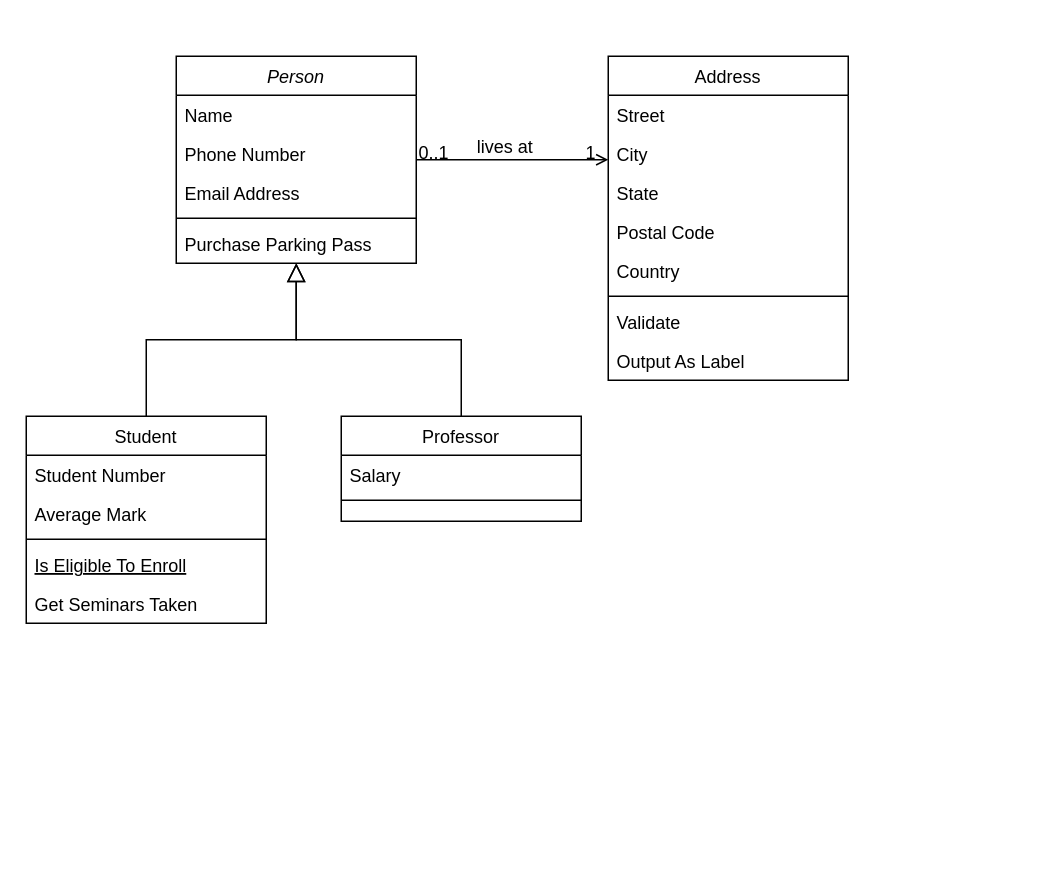
Above: Untitled Diagram.drawio in mr-nahash/cheminformatic-apps (draw.io), before the change. Source tidied: cells renumbered, new cells numbered last; positions are measured from the earlier drawing's top-left corner, leaving out a move shared by most shapes. Both pictures are drawn from the tidied source at 150%, with x=0, y=0 at pixel (26, 56).
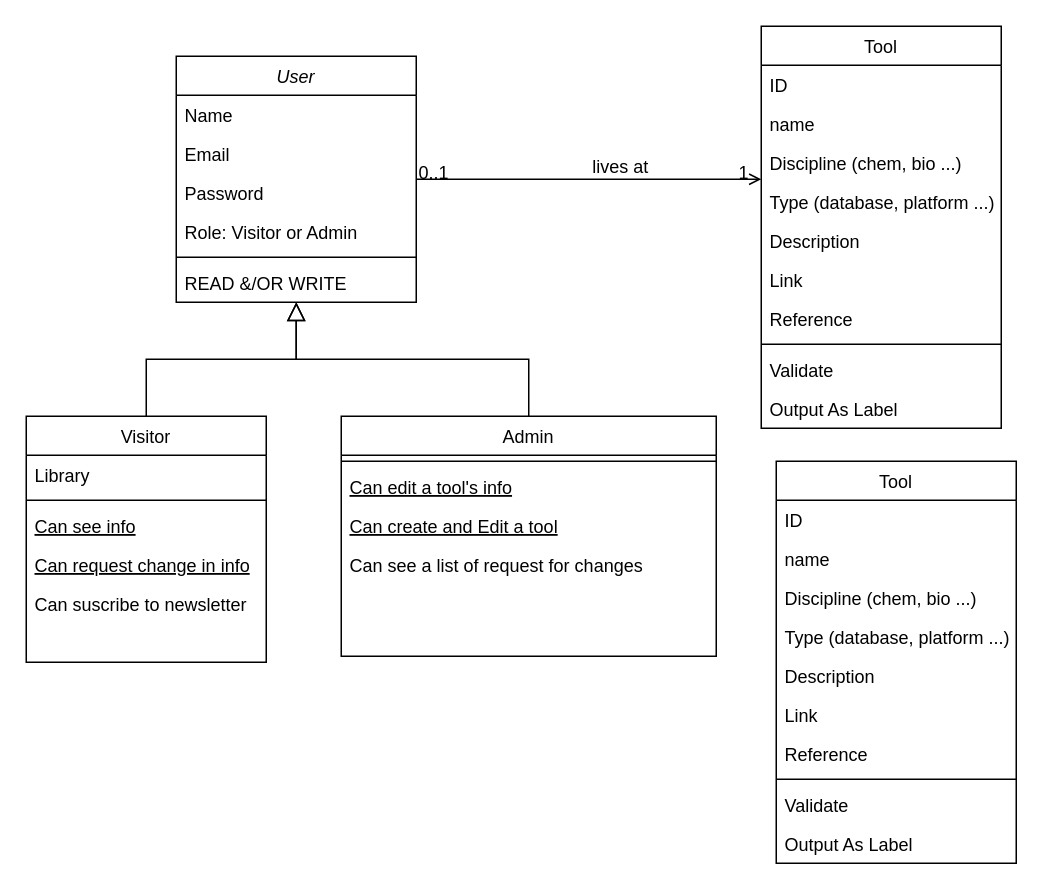
The same diagram, later.

Commit message (it also covers changes not shown here):
chem-connect class diagram.drawio

The edit, as a diff of the source:
```diff
@@
-    <mxCell id="2" value="Person" style="swimlane;fontStyle=2;align=center;verticalAlign=top;horizontal=1;startSize=26;rounded=0;shadow=0;strokeWidth=1;" parent="1" vertex="1">
-      <mxGeometry x="100" width="160" height="138" as="geometry" />
+    <mxCell id="2" value="User" style="swimlane;fontStyle=2;align=center;verticalAlign=top;horizontal=1;startSize=26;rounded=0;shadow=0;strokeWidth=1;" parent="1" vertex="1">
+      <mxGeometry x="100" width="160" height="164" as="geometry" />
     </mxCell>
@@
-    <mxCell id="4" value="Phone Number" style="text;align=left;verticalAlign=top;spacingLeft=4;spacingRight=4;overflow=hidden;rounded=0;shadow=0;html=0;" parent="2" vertex="1">
+    <mxCell id="4" value="Email" style="text;align=left;verticalAlign=top;spacingLeft=4;spacingRight=4;overflow=hidden;rounded=0;shadow=0;html=0;" parent="2" vertex="1">
       <mxGeometry y="52" width="160" height="26" as="geometry" />
     </mxCell>
-    <mxCell id="5" value="Email Address" style="text;align=left;verticalAlign=top;spacingLeft=4;spacingRight=4;overflow=hidden;rounded=0;shadow=0;html=0;" parent="2" vertex="1">
+    <mxCell id="5" value="Password" style="text;align=left;verticalAlign=top;spacingLeft=4;spacingRight=4;overflow=hidden;rounded=0;shadow=0;html=0;" parent="2" vertex="1">
       <mxGeometry y="78" width="160" height="26" as="geometry" />
     </mxCell>
+    <mxCell id="32" value="Role: Visitor or Admin" style="text;align=left;verticalAlign=top;spacingLeft=4;spacingRight=4;overflow=hidden;rounded=0;shadow=0;html=0;" parent="2" vertex="1">
+      <mxGeometry y="104" width="160" height="26" as="geometry" />
+    </mxCell>
     <mxCell id="6" style="line;html=1;strokeWidth=1;align=left;verticalAlign=middle;spacingTop=-1;spacingLeft=3;spacingRight=3;labelPosition=right;" parent="2" vertex="1">
-      <mxGeometry y="104" width="160" height="8" as="geometry" />
+      <mxGeometry y="130" width="160" height="8" as="geometry" />
     </mxCell>
-    <mxCell id="7" value="Purchase Parking Pass" style="text;align=left;verticalAlign=top;spacingLeft=4;spacingRight=4;overflow=hidden;" parent="2" vertex="1">
-      <mxGeometry y="112" width="160" height="26" as="geometry" />
+    <mxCell id="7" value="READ &amp;/OR WRITE" style="text;align=left;verticalAlign=top;spacingLeft=4;spacingRight=4;overflow=hidden;" parent="2" vertex="1">
+      <mxGeometry y="138" width="160" height="26" as="geometry" />
     </mxCell>
-    <mxCell id="8" value="Student" style="swimlane;fontStyle=0;align=center;verticalAlign=top;horizontal=1;startSize=26;rounded=0;shadow=0;strokeWidth=1;" parent="1" vertex="1">
-      <mxGeometry y="240" width="160" height="138" as="geometry" />
+    <mxCell id="8" value="Visitor" style="swimlane;fontStyle=0;align=center;verticalAlign=top;horizontal=1;startSize=26;rounded=0;shadow=0;strokeWidth=1;" parent="1" vertex="1">
+      <mxGeometry y="240" width="160" height="164" as="geometry" />
     </mxCell>
-    <mxCell id="9" value="Student Number" style="text;align=left;verticalAlign=top;spacingLeft=4;spacingRight=4;overflow=hidden;" parent="8" vertex="1">
-      <mxGeometry y="26" width="160" height="26" as="geometry" />
-    </mxCell>
-    <mxCell id="10" value="Average Mark" style="text;align=left;verticalAlign=top;spacingLeft=4;spacingRight=4;overflow=hidden;rounded=0;shadow=0;html=0;" parent="8" vertex="1">
-      <mxGeometry y="52" width="160" height="26" as="geometry" />
+    <mxCell id="10" value="Library" style="text;align=left;verticalAlign=top;spacingLeft=4;spacingRight=4;overflow=hidden;rounded=0;shadow=0;html=0;" parent="8" vertex="1">
+      <mxGeometry y="26" width="160" height="26" as="geometry" />
     </mxCell>
     <mxCell id="11" style="line;html=1;strokeWidth=1;align=left;verticalAlign=middle;spacingTop=-1;spacingLeft=3;spacingRight=3;labelPosition=right;" parent="8" vertex="1">
-      <mxGeometry y="78" width="160" height="8" as="geometry" />
+      <mxGeometry y="52" width="160" height="8" as="geometry" />
     </mxCell>
-    <mxCell id="12" value="Is Eligible To Enroll" style="text;align=left;verticalAlign=top;spacingLeft=4;spacingRight=4;overflow=hidden;fontStyle=4;" parent="8" vertex="1">
-      <mxGeometry y="86" width="160" height="26" as="geometry" />
+    <mxCell id="12" value="Can see info" style="text;align=left;verticalAlign=top;spacingLeft=4;spacingRight=4;overflow=hidden;fontStyle=4;" parent="8" vertex="1">
+      <mxGeometry y="60" width="160" height="26" as="geometry" />
     </mxCell>
+    <mxCell id="33" value="Can request change in info" style="text;align=left;verticalAlign=top;spacingLeft=4;spacingRight=4;overflow=hidden;fontStyle=4;" parent="8" vertex="1">
+      <mxGeometry y="86" width="160" height="26" as="geometry" />
+    </mxCell>
-    <mxCell id="13" value="Get Seminars Taken" style="text;align=left;verticalAlign=top;spacingLeft=4;spacingRight=4;overflow=hidden;" parent="8" vertex="1">
+    <mxCell id="13" value="Can suscribe to newsletter" style="text;align=left;verticalAlign=top;spacingLeft=4;spacingRight=4;overflow=hidden;" parent="8" vertex="1">
       <mxGeometry y="112" width="160" height="26" as="geometry" />
     </mxCell>
@@
-    <mxCell id="15" value="Professor" style="swimlane;fontStyle=0;align=center;verticalAlign=top;horizontal=1;startSize=26;rounded=0;shadow=0;strokeWidth=1;" parent="1" vertex="1">
-      <mxGeometry x="210" y="240" width="160" height="70" as="geometry" />
+    <mxCell id="15" value="Admin" style="swimlane;fontStyle=0;align=center;verticalAlign=top;horizontal=1;startSize=26;rounded=0;shadow=0;strokeWidth=1;" parent="1" vertex="1">
+      <mxGeometry x="210" y="240" width="250" height="160" as="geometry" />
     </mxCell>
+    <mxCell id="17" style="line;html=1;strokeWidth=1;align=left;verticalAlign=middle;spacingTop=-1;spacingLeft=3;spacingRight=3;labelPosition=right;" parent="15" vertex="1">
+      <mxGeometry y="26" width="250" height="8" as="geometry" />
+    </mxCell>
+    <mxCell id="34" value="Can edit a tool's info" style="text;align=left;verticalAlign=top;spacingLeft=4;spacingRight=4;overflow=hidden;fontStyle=4;" parent="15" vertex="1">
+      <mxGeometry y="34" width="250" height="26" as="geometry" />
+    </mxCell>
+    <mxCell id="35" value="Can create and Edit a tool" style="text;align=left;verticalAlign=top;spacingLeft=4;spacingRight=4;overflow=hidden;fontStyle=4;" parent="15" vertex="1">
+      <mxGeometry y="60" width="250" height="26" as="geometry" />
+    </mxCell>
-    <mxCell id="16" value="Salary" style="text;align=left;verticalAlign=top;spacingLeft=4;spacingRight=4;overflow=hidden;" parent="15" vertex="1">
-      <mxGeometry y="26" width="160" height="26" as="geometry" />
+    <mxCell id="16" value="Can see a list of request for changes" style="text;align=left;verticalAlign=top;spacingLeft=4;spacingRight=4;overflow=hidden;" parent="15" vertex="1">
+      <mxGeometry y="86" width="250" height="26" as="geometry" />
     </mxCell>
-    <mxCell id="17" style="line;html=1;strokeWidth=1;align=left;verticalAlign=middle;spacingTop=-1;spacingLeft=3;spacingRight=3;labelPosition=right;" parent="15" vertex="1">
-      <mxGeometry y="52" width="160" height="8" as="geometry" />
-    </mxCell>
@@
-    <mxCell id="19" value="Address" style="swimlane;fontStyle=0;align=center;verticalAlign=top;horizontal=1;startSize=26;rounded=0;shadow=0;strokeWidth=1;" parent="1" vertex="1">
-      <mxGeometry x="388" width="160" height="216" as="geometry" />
+    <mxCell id="19" value="Tool" style="swimlane;fontStyle=0;align=center;verticalAlign=top;horizontal=1;startSize=26;rounded=0;shadow=0;strokeWidth=1;" parent="1" vertex="1">
+      <mxGeometry x="490" y="-20" width="160" height="268" as="geometry" />
     </mxCell>
-    <mxCell id="20" value="Street" style="text;align=left;verticalAlign=top;spacingLeft=4;spacingRight=4;overflow=hidden;" parent="19" vertex="1">
+    <mxCell id="20" value="ID" style="text;align=left;verticalAlign=top;spacingLeft=4;spacingRight=4;overflow=hidden;" parent="19" vertex="1">
       <mxGeometry y="26" width="160" height="26" as="geometry" />
     </mxCell>
-    <mxCell id="21" value="City" style="text;align=left;verticalAlign=top;spacingLeft=4;spacingRight=4;overflow=hidden;rounded=0;shadow=0;html=0;" parent="19" vertex="1">
+    <mxCell id="21" value="name" style="text;align=left;verticalAlign=top;spacingLeft=4;spacingRight=4;overflow=hidden;rounded=0;shadow=0;html=0;" parent="19" vertex="1">
       <mxGeometry y="52" width="160" height="26" as="geometry" />
     </mxCell>
-    <mxCell id="22" value="State" style="text;align=left;verticalAlign=top;spacingLeft=4;spacingRight=4;overflow=hidden;rounded=0;shadow=0;html=0;" parent="19" vertex="1">
+    <mxCell id="22" value="Discipline (chem, bio ...)" style="text;align=left;verticalAlign=top;spacingLeft=4;spacingRight=4;overflow=hidden;rounded=0;shadow=0;html=0;" parent="19" vertex="1">
       <mxGeometry y="78" width="160" height="26" as="geometry" />
     </mxCell>
-    <mxCell id="23" value="Postal Code" style="text;align=left;verticalAlign=top;spacingLeft=4;spacingRight=4;overflow=hidden;rounded=0;shadow=0;html=0;" parent="19" vertex="1">
+    <mxCell id="23" value="Type (database, platform ...)" style="text;align=left;verticalAlign=top;spacingLeft=4;spacingRight=4;overflow=hidden;rounded=0;shadow=0;html=0;" parent="19" vertex="1">
       <mxGeometry y="104" width="160" height="26" as="geometry" />
     </mxCell>
-    <mxCell id="24" value="Country" style="text;align=left;verticalAlign=top;spacingLeft=4;spacingRight=4;overflow=hidden;rounded=0;shadow=0;html=0;" parent="19" vertex="1">
+    <mxCell id="24" value="Description" style="text;align=left;verticalAlign=top;spacingLeft=4;spacingRight=4;overflow=hidden;rounded=0;shadow=0;html=0;" parent="19" vertex="1">
       <mxGeometry y="130" width="160" height="26" as="geometry" />
     </mxCell>
+    <mxCell id="36" value="Link" style="text;align=left;verticalAlign=top;spacingLeft=4;spacingRight=4;overflow=hidden;rounded=0;shadow=0;html=0;" parent="19" vertex="1">
+      <mxGeometry y="156" width="160" height="26" as="geometry" />
+    </mxCell>
+    <mxCell id="37" value="Reference" style="text;align=left;verticalAlign=top;spacingLeft=4;spacingRight=4;overflow=hidden;rounded=0;shadow=0;html=0;" parent="19" vertex="1">
+      <mxGeometry y="182" width="160" height="26" as="geometry" />
+    </mxCell>
     <mxCell id="25" style="line;html=1;strokeWidth=1;align=left;verticalAlign=middle;spacingTop=-1;spacingLeft=3;spacingRight=3;labelPosition=right;" parent="19" vertex="1">
-      <mxGeometry y="156" width="160" height="8" as="geometry" />
+      <mxGeometry y="208" width="160" height="8" as="geometry" />
     </mxCell>
     <mxCell id="26" value="Validate" style="text;align=left;verticalAlign=top;spacingLeft=4;spacingRight=4;overflow=hidden;" parent="19" vertex="1">
-      <mxGeometry y="164" width="160" height="26" as="geometry" />
+      <mxGeometry y="216" width="160" height="26" as="geometry" />
     </mxCell>
     <mxCell id="27" value="Output As Label" style="text;align=left;verticalAlign=top;spacingLeft=4;spacingRight=4;overflow=hidden;" parent="19" vertex="1">
-      <mxGeometry y="190" width="160" height="26" as="geometry" />
+      <mxGeometry y="242" width="160" height="26" as="geometry" />
     </mxCell>
@@
+    <mxCell id="38" value="Tool" style="swimlane;fontStyle=0;align=center;verticalAlign=top;horizontal=1;startSize=26;rounded=0;shadow=0;strokeWidth=1;" parent="1" vertex="1">
+      <mxGeometry x="500" y="270" width="160" height="268" as="geometry" />
+    </mxCell>
+    <mxCell id="39" value="ID" style="text;align=left;verticalAlign=top;spacingLeft=4;spacingRight=4;overflow=hidden;" parent="38" vertex="1">
+      <mxGeometry y="26" width="160" height="26" as="geometry" />
+    </mxCell>
+    <mxCell id="40" value="name" style="text;align=left;verticalAlign=top;spacingLeft=4;spacingRight=4;overflow=hidden;rounded=0;shadow=0;html=0;" parent="38" vertex="1">
+      <mxGeometry y="52" width="160" height="26" as="geometry" />
+    </mxCell>
+    <mxCell id="41" value="Discipline (chem, bio ...)" style="text;align=left;verticalAlign=top;spacingLeft=4;spacingRight=4;overflow=hidden;rounded=0;shadow=0;html=0;" parent="38" vertex="1">
+      <mxGeometry y="78" width="160" height="26" as="geometry" />
+    </mxCell>
+    <mxCell id="42" value="Type (database, platform ...)" style="text;align=left;verticalAlign=top;spacingLeft=4;spacingRight=4;overflow=hidden;rounded=0;shadow=0;html=0;" parent="38" vertex="1">
+      <mxGeometry y="104" width="160" height="26" as="geometry" />
+    </mxCell>
+    <mxCell id="43" value="Description" style="text;align=left;verticalAlign=top;spacingLeft=4;spacingRight=4;overflow=hidden;rounded=0;shadow=0;html=0;" parent="38" vertex="1">
+      <mxGeometry y="130" width="160" height="26" as="geometry" />
+    </mxCell>
+    <mxCell id="44" value="Link" style="text;align=left;verticalAlign=top;spacingLeft=4;spacingRight=4;overflow=hidden;rounded=0;shadow=0;html=0;" parent="38" vertex="1">
+      <mxGeometry y="156" width="160" height="26" as="geometry" />
+    </mxCell>
+    <mxCell id="45" value="Reference" style="text;align=left;verticalAlign=top;spacingLeft=4;spacingRight=4;overflow=hidden;rounded=0;shadow=0;html=0;" parent="38" vertex="1">
+      <mxGeometry y="182" width="160" height="26" as="geometry" />
+    </mxCell>
+    <mxCell id="46" style="line;html=1;strokeWidth=1;align=left;verticalAlign=middle;spacingTop=-1;spacingLeft=3;spacingRight=3;labelPosition=right;" parent="38" vertex="1">
+      <mxGeometry y="208" width="160" height="8" as="geometry" />
+    </mxCell>
+    <mxCell id="47" value="Validate" style="text;align=left;verticalAlign=top;spacingLeft=4;spacingRight=4;overflow=hidden;" parent="38" vertex="1">
+      <mxGeometry y="216" width="160" height="26" as="geometry" />
+    </mxCell>
+    <mxCell id="48" value="Output As Label" style="text;align=left;verticalAlign=top;spacingLeft=4;spacingRight=4;overflow=hidden;" parent="38" vertex="1">
+      <mxGeometry y="242" width="160" height="26" as="geometry" />
+    </mxCell>
```
